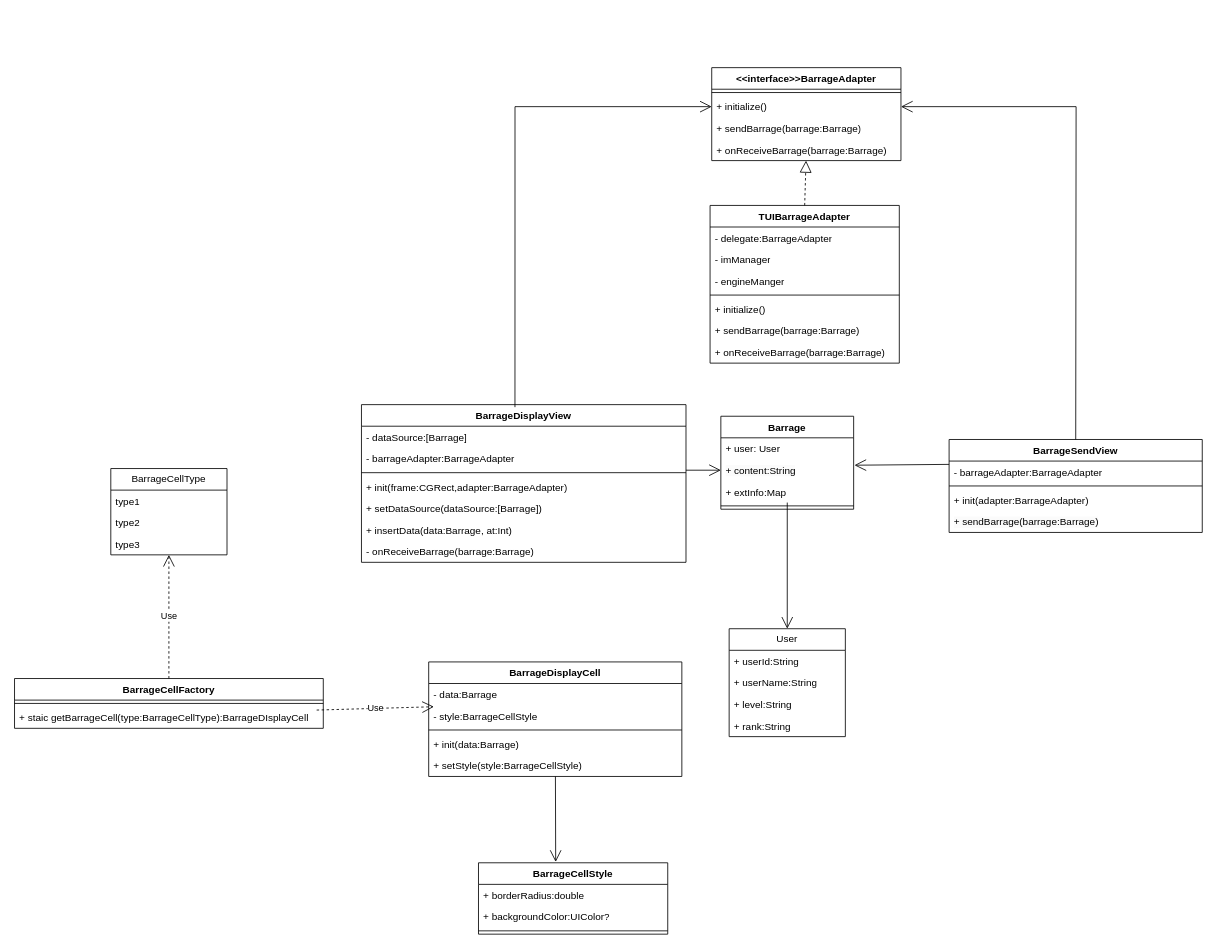
Earlier version of the draw.io diagram 未命名绘图.drawio (Hanpto/BarragePlugin). Source tidied: cells renumbered, new cells numbered last; positions are measured from the earlier drawing's top-left corner, leaving out a move shared by most shapes. Both pictures are drawn from the tidied source at 83%, with x=0, y=0 at pixel (14, 67).
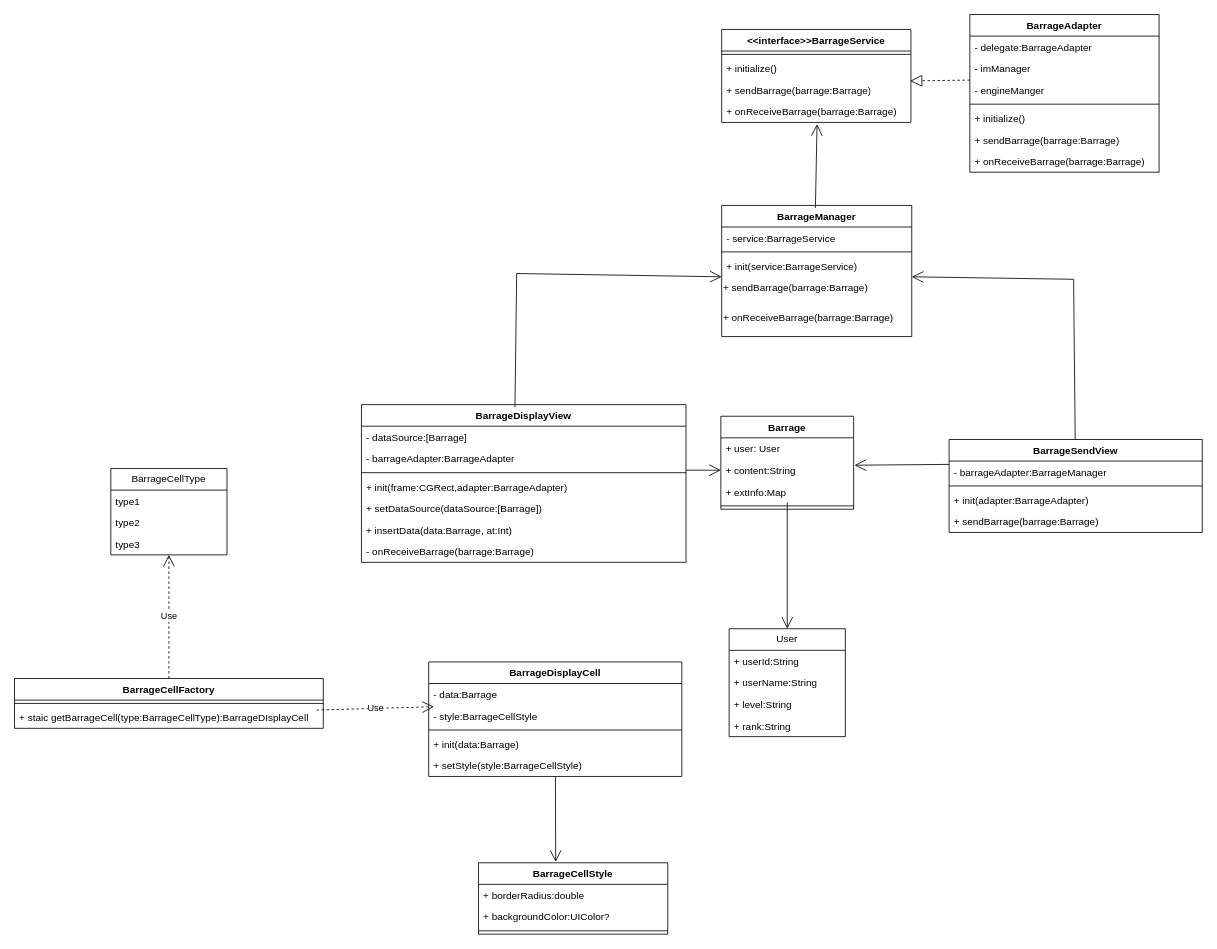
The same page after the edit.

Commit message:
更新未命名绘图.drawio

Unchanged cells that the change refers to:
```xml
<mxCell id="4" value="+ initialize()" style="text;strokeColor=none;fillColor=none;align=left;verticalAlign=top;spacingLeft=4;spacingRight=4;overflow=hidden;points=[[0,0.5],[1,0.5]];portConstraint=eastwest;whiteSpace=wrap;html=1;" parent="2" vertex="1">
  <mxGeometry y="34" width="228" height="26" as="geometry" />
</mxCell>
<mxCell id="5" value="+ sendBarrage(barrage:Barrage)" style="text;strokeColor=none;fillColor=none;align=left;verticalAlign=top;spacingLeft=4;spacingRight=4;overflow=hidden;points=[[0,0.5],[1,0.5]];portConstraint=eastwest;whiteSpace=wrap;html=1;" parent="2" vertex="1">
  <mxGeometry y="60" width="228" height="26" as="geometry" />
</mxCell>
<mxCell id="6" value="+ onReceiveBarrage(barrage:Barrage)" style="text;strokeColor=none;fillColor=none;align=left;verticalAlign=top;spacingLeft=4;spacingRight=4;overflow=hidden;points=[[0,0.5],[1,0.5]];portConstraint=eastwest;whiteSpace=wrap;html=1;" parent="2" vertex="1">
  <mxGeometry y="86" width="228" height="26" as="geometry" />
</mxCell>
<mxCell id="10" value="- engineManger" style="text;strokeColor=none;fillColor=none;align=left;verticalAlign=top;spacingLeft=4;spacingRight=4;overflow=hidden;points=[[0,0.5],[1,0.5]];portConstraint=eastwest;whiteSpace=wrap;html=1;" parent="7" vertex="1">
  <mxGeometry y="78" width="228" height="26" as="geometry" />
</mxCell>
<mxCell id="16" value="BarrageDisplayView" style="swimlane;fontStyle=1;align=center;verticalAlign=top;horizontal=1;startSize=26;whiteSpace=wrap;html=1;" parent="1" vertex="1">
  <mxGeometry x="418" y="406" width="391" height="190" as="geometry" />
</mxCell>
<mxCell id="40" value="BarrageSendView" style="swimlane;fontStyle=1;align=center;verticalAlign=top;horizontal=1;startSize=26;whiteSpace=wrap;html=1;" parent="1" vertex="1">
  <mxGeometry x="1126" y="448" width="305" height="112" as="geometry" />
</mxCell>
```

Diff of the diagram source:
```diff
@@
-    <mxCell id="2" value="&amp;lt;&amp;lt;interface&amp;gt;&amp;gt;BarrageAdapter" style="swimlane;fontStyle=1;align=center;verticalAlign=top;horizontal=1;startSize=26;whiteSpace=wrap;html=1;" parent="1" vertex="1">
-      <mxGeometry x="840" width="228" height="112" as="geometry" />
+    <mxCell id="2" value="&amp;lt;&amp;lt;interface&amp;gt;&amp;gt;BarrageService" style="swimlane;fontStyle=1;align=center;verticalAlign=top;horizontal=1;startSize=26;whiteSpace=wrap;html=1;" parent="1" vertex="1">
+      <mxGeometry x="852" y="-46" width="228" height="112" as="geometry" />
     </mxCell>
@@
-    <mxCell id="7" value="TUIBarrageAdapter" style="swimlane;fontStyle=1;align=center;verticalAlign=top;horizontal=1;startSize=26;whiteSpace=wrap;html=1;" parent="1" vertex="1">
-      <mxGeometry x="838" y="166" width="228" height="190" as="geometry" />
+    <mxCell id="7" value="BarrageAdapter" style="swimlane;fontStyle=1;align=center;verticalAlign=top;horizontal=1;startSize=26;whiteSpace=wrap;html=1;" parent="1" vertex="1">
+      <mxGeometry x="1151" y="-64" width="228" height="190" as="geometry" />
     </mxCell>
@@
-    <mxCell id="15" style="endArrow=block;dashed=1;endFill=0;endSize=12;html=1;rounded=0;exitX=0.5;exitY=0;exitDx=0;exitDy=0;" parent="1" edge="1" source="7" target="6">
+    <mxCell id="15" style="endArrow=block;dashed=1;endFill=0;endSize=12;html=1;rounded=0;exitX=0;exitY=0.038;exitDx=0;exitDy=0;entryX=0.996;entryY=0.077;entryDx=0;entryDy=0;entryPerimeter=0;exitPerimeter=0;" parent="1" edge="1" source="10" target="5">
       <mxGeometry relative="1" as="geometry" />
     </mxCell>
@@
-    <mxCell id="41" value="- barrageAdapter:BarrageAdapter" style="text;strokeColor=none;fillColor=none;align=left;verticalAlign=top;spacingLeft=4;spacingRight=4;overflow=hidden;whiteSpace=wrap;html=1;" parent="40" vertex="1">
+    <mxCell id="41" value="- barrageAdapter:BarrageManager" style="text;strokeColor=none;fillColor=none;align=left;verticalAlign=top;spacingLeft=4;spacingRight=4;overflow=hidden;whiteSpace=wrap;html=1;" parent="40" vertex="1">
       <mxGeometry y="26" width="305" height="26" as="geometry" />
     </mxCell>
@@
-    <mxCell id="47" style="endArrow=open;endFill=1;endSize=12;html=1;rounded=0;entryX=1;entryY=0.5;entryDx=0;entryDy=0;" parent="1" edge="1" source="40" target="4">
+    <mxCell id="47" style="endArrow=open;endFill=1;endSize=12;html=1;rounded=0;entryX=1;entryY=0;entryDx=0;entryDy=0;" parent="1" edge="1" source="40" target="68">
       <mxGeometry relative="1" as="geometry">
         <Array as="points">
-          <mxPoint x="1279" y="47" />
+          <mxPoint x="1276" y="255" />
         </Array>
       </mxGeometry>
     </mxCell>
@@
-    <mxCell id="54" style="endArrow=open;endFill=1;endSize=12;html=1;rounded=0;exitX=0.473;exitY=0.016;exitDx=0;exitDy=0;exitPerimeter=0;entryX=0;entryY=0.5;entryDx=0;entryDy=0;" parent="1" edge="1" source="16" target="4">
+    <mxCell id="54" style="endArrow=open;endFill=1;endSize=12;html=1;rounded=0;exitX=0.473;exitY=0.016;exitDx=0;exitDy=0;exitPerimeter=0;entryX=0;entryY=0;entryDx=0;entryDy=0;" parent="1" edge="1" source="16" target="68">
       <mxGeometry relative="1" as="geometry">
         <Array as="points">
-          <mxPoint x="603" y="47" />
+          <mxPoint x="605" y="248" />
         </Array>
       </mxGeometry>
     </mxCell>
@@
+    <mxCell id="64" value="BarrageManager" style="swimlane;fontStyle=1;align=center;verticalAlign=top;horizontal=1;startSize=26;whiteSpace=wrap;html=1;" parent="1" vertex="1">
+      <mxGeometry x="852" y="166" width="229" height="158" as="geometry" />
+    </mxCell>
+    <mxCell id="65" value="- service:BarrageService" style="text;strokeColor=none;fillColor=none;align=left;verticalAlign=top;spacingLeft=4;spacingRight=4;overflow=hidden;whiteSpace=wrap;html=1;" parent="64" vertex="1">
+      <mxGeometry y="26" width="229" height="26" as="geometry" />
+    </mxCell>
+    <mxCell id="66" style="line;strokeWidth=1;fillColor=none;align=left;verticalAlign=middle;spacingTop=-1;spacingLeft=3;spacingRight=3;labelPosition=right;strokeColor=inherit;" parent="64" vertex="1">
+      <mxGeometry y="52" width="229" height="8" as="geometry" />
+    </mxCell>
+    <mxCell id="67" value="+ init(service:BarrageService)" style="text;strokeColor=none;fillColor=none;align=left;verticalAlign=top;spacingLeft=4;spacingRight=4;overflow=hidden;whiteSpace=wrap;html=1;" parent="64" vertex="1">
+      <mxGeometry y="60" width="229" height="26" as="geometry" />
+    </mxCell>
+    <mxCell id="68" value="+ sendBarrage(barrage:Barrage)" style="text;whiteSpace=wrap;html=1;" parent="64" vertex="1">
+      <mxGeometry y="86" width="229" height="36" as="geometry" />
+    </mxCell>
+    <mxCell id="69" value="+ onReceiveBarrage(barrage:Barrage)" style="text;whiteSpace=wrap;html=1;" parent="64" vertex="1">
+      <mxGeometry y="122" width="229" height="36" as="geometry" />
+    </mxCell>
+    <mxCell id="70" style="endArrow=open;endFill=1;endSize=12;html=1;rounded=0;exitX=0.493;exitY=0.019;exitDx=0;exitDy=0;exitPerimeter=0;entryX=0.504;entryY=1.077;entryDx=0;entryDy=0;entryPerimeter=0;" parent="1" edge="1" source="64" target="6">
+      <mxGeometry relative="1" as="geometry" />
+    </mxCell>
```
